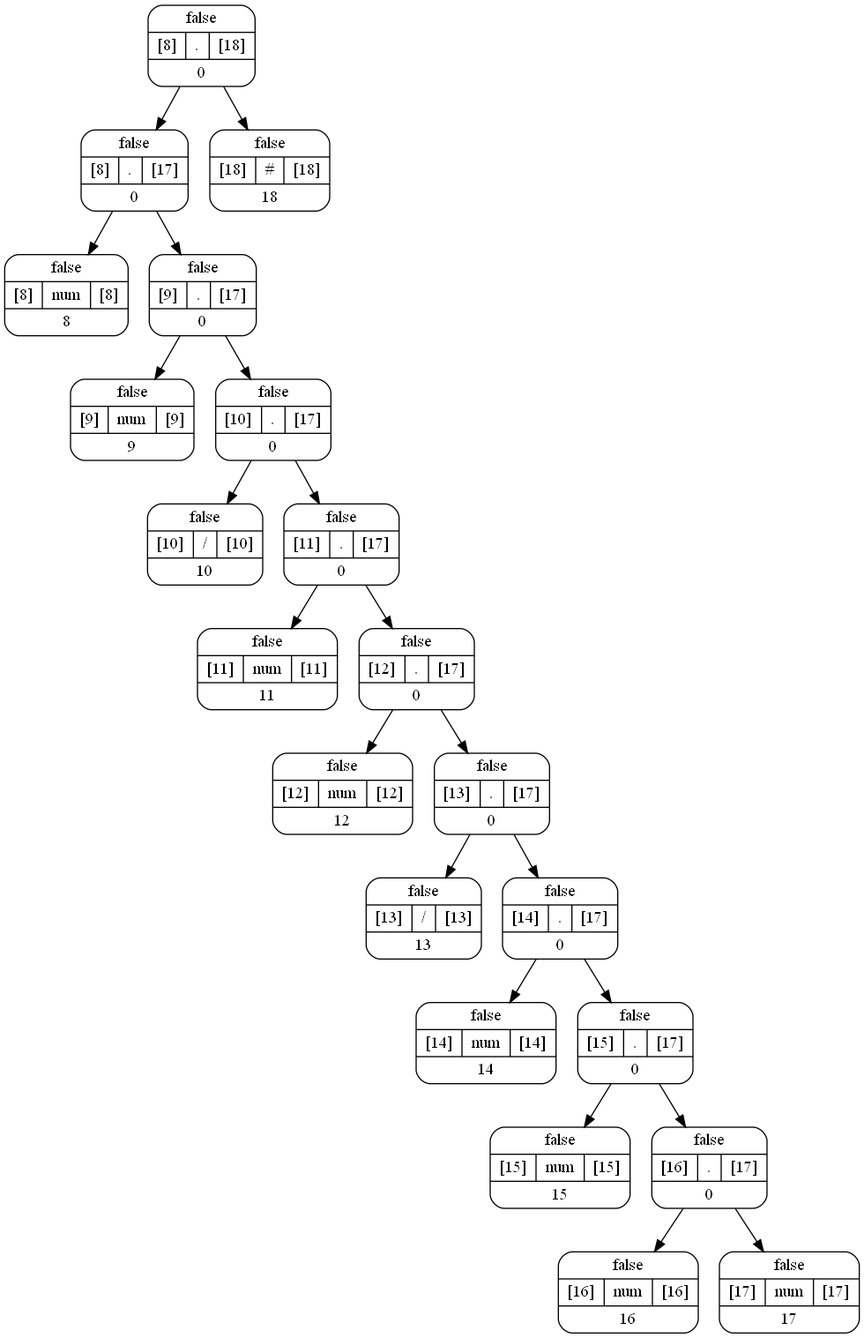
Earlier version of the Graphviz export Salida/Imagenes/Grafico1.png (Villa01/OLC1-Proyecto1_201900907). Its source is kept beside it as Salida/ArchivosDot/Grafico1.dot.
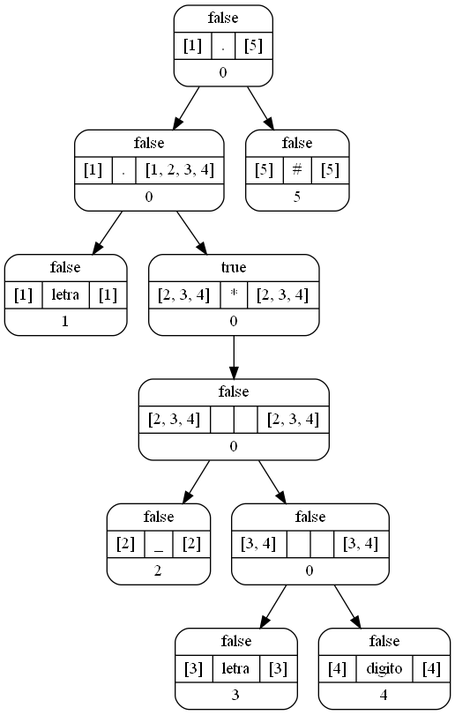
Later version of the same file.

Diff of the diagram source:
```diff
@@ -1,47 +1,25 @@
 digraph Arbol_Sintactico{
 
  node[style=rounded shape=record]
-node0[label = "{false|{[8]|.|[18]}|0}"];
+node0[label = "{false|{[1]|.|[5]}|0}"];
 node0 -> node00
-node00[label = "{false|{[8]|.|[17]}|0}"];
+node00[label = "{false|{[1]|.|[1, 2, 3, 4]}|0}"];
 node00 -> node000
-node000[label = "{false|{[8]|num|[8]}|8}"];
+node000[label = "{false|{[1]|letra|[1]}|1}"];
 node00 -> node001
-node001[label = "{false|{[9]|.|[17]}|0}"];
+node001[label = "{true|{[2, 3, 4]|*|[2, 3, 4]}|0}"];
 node001 -> node0010
-node0010[label = "{false|{[9]|num|[9]}|9}"];
-node001 -> node0011
-node0011[label = "{false|{[10]|.|[17]}|0}"];
-node0011 -> node00110
-node00110[label = "{false|{[10]|/|[10]}|10}"];
-node0011 -> node00111
-node00111[label = "{false|{[11]|.|[17]}|0}"];
-node00111 -> node001110
-node001110[label = "{false|{[11]|num|[11]}|11}"];
-node00111 -> node001111
-node001111[label = "{false|{[12]|.|[17]}|0}"];
-node001111 -> node0011110
-node0011110[label = "{false|{[12]|num|[12]}|12}"];
-node001111 -> node0011111
-node0011111[label = "{false|{[13]|.|[17]}|0}"];
-node0011111 -> node00111110
-node00111110[label = "{false|{[13]|/|[13]}|13}"];
-node0011111 -> node00111111
-node00111111[label = "{false|{[14]|.|[17]}|0}"];
-node00111111 -> node001111110
-node001111110[label = "{false|{[14]|num|[14]}|14}"];
-node00111111 -> node001111111
-node001111111[label = "{false|{[15]|.|[17]}|0}"];
-node001111111 -> node0011111110
-node0011111110[label = "{false|{[15]|num|[15]}|15}"];
-node001111111 -> node0011111111
-node0011111111[label = "{false|{[16]|.|[17]}|0}"];
-node0011111111 -> node00111111110
-node00111111110[label = "{false|{[16]|num|[16]}|16}"];
-node0011111111 -> node00111111111
-node00111111111[label = "{false|{[17]|num|[17]}|17}"];
+node0010[label = "{false|{[2, 3, 4]|||[2, 3, 4]}|0}"];
+node0010 -> node00100
+node00100[label = "{false|{[2]|_|[2]}|2}"];
+node0010 -> node00101
+node00101[label = "{false|{[3, 4]|||[3, 4]}|0}"];
+node00101 -> node001010
+node001010[label = "{false|{[3]|letra|[3]}|3}"];
+node00101 -> node001011
+node001011[label = "{false|{[4]|digito|[4]}|4}"];
 node0 -> node01
-node01[label = "{false|{[18]|#|[18]}|18}"];
+node01[label = "{false|{[5]|#|[5]}|5}"];
 
 
 }
```
